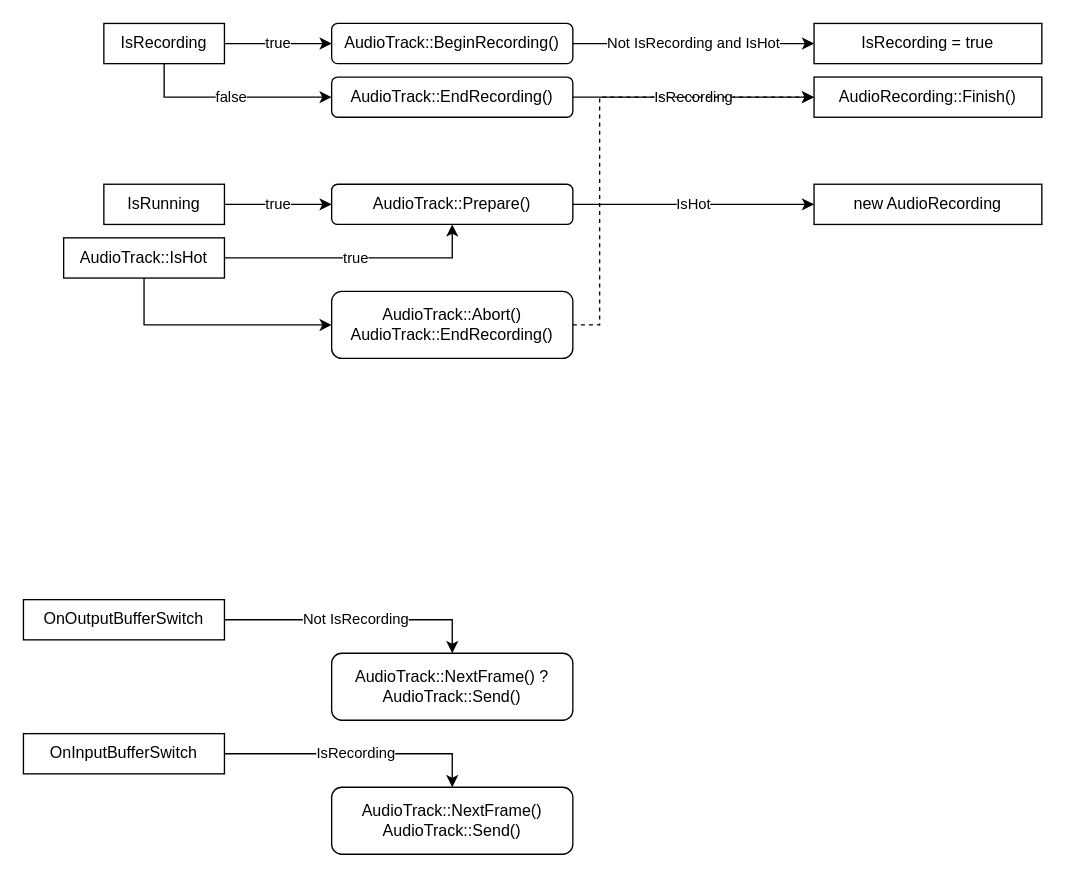
This is Docs/Track Status Flow Clash.drawio from endofdata/endof-audio, a draw.io file, before an edit. Source tidied: cells renumbered, new cells numbered last; positions are measured from the earlier drawing's top-left corner, leaving out a move shared by most shapes. Both pictures are drawn from the tidied source at 134%, with x=0, y=0 at pixel (23, 23).
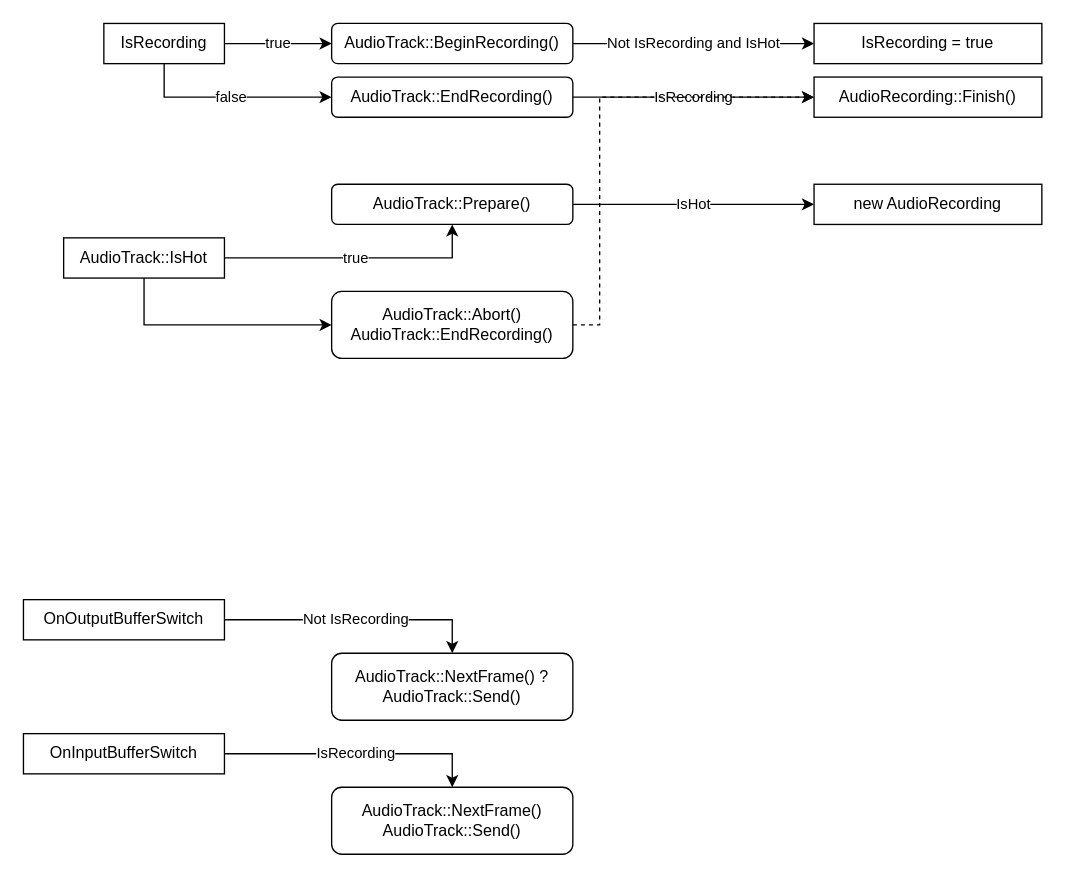
The same diagram, later.

Unchanged cells that the change refers to:
```xml
<mxCell id="5" value="AudioTrack::Prepare()" style="rounded=1;whiteSpace=wrap;html=1;" parent="1" vertex="1">
  <mxGeometry x="230" y="120" width="180" height="30" as="geometry" />
</mxCell>
```

The edit, as a diff of the source:
```diff
@@
-    <mxCell id="4" value="IsRunning" style="rounded=0;whiteSpace=wrap;html=1;" parent="1" vertex="1">
-      <mxGeometry x="60" y="120" width="90" height="30" as="geometry" />
-    </mxCell>
@@
-    <mxCell id="8" value="true" style="endArrow=classic;html=1;rounded=0;entryX=0;entryY=0.5;entryDx=0;entryDy=0;exitX=1;exitY=0.5;exitDx=0;exitDy=0;" parent="1" edge="1" source="4" target="5">
-      <mxGeometry relative="1" as="geometry" />
-    </mxCell>
```
